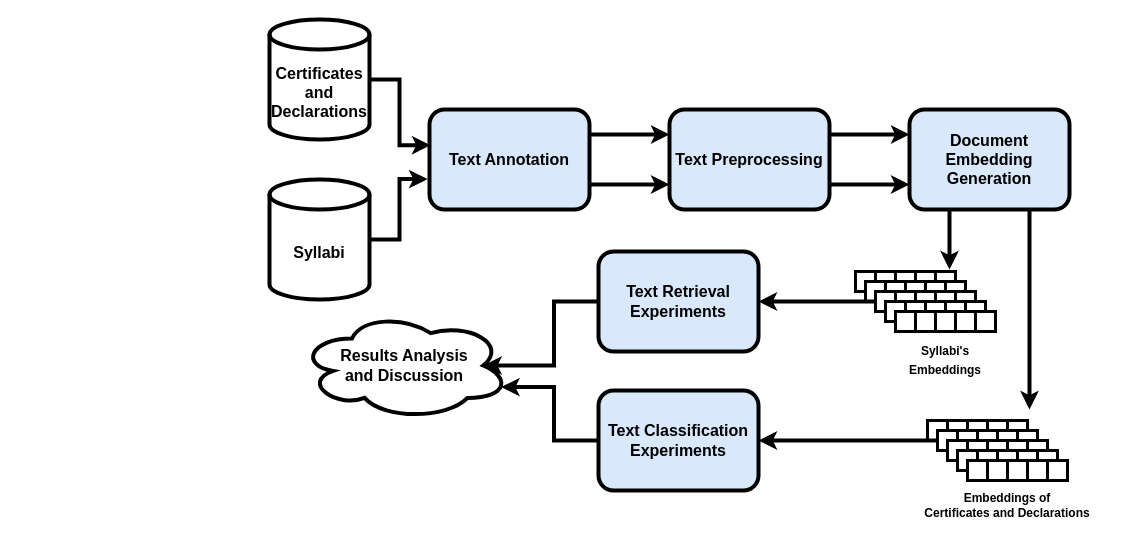
Before: sbsi2024.drawio in viniciusrpb/drawio_flowcharts, a draw.io diagram. Source tidied: cells renumbered, new cells numbered last; positions are measured from the earlier drawing's top-left corner, leaving out a move shared by most shapes. Both pictures are drawn from the tidied source at 100%, with x=0, y=0 at pixel (269, 19).
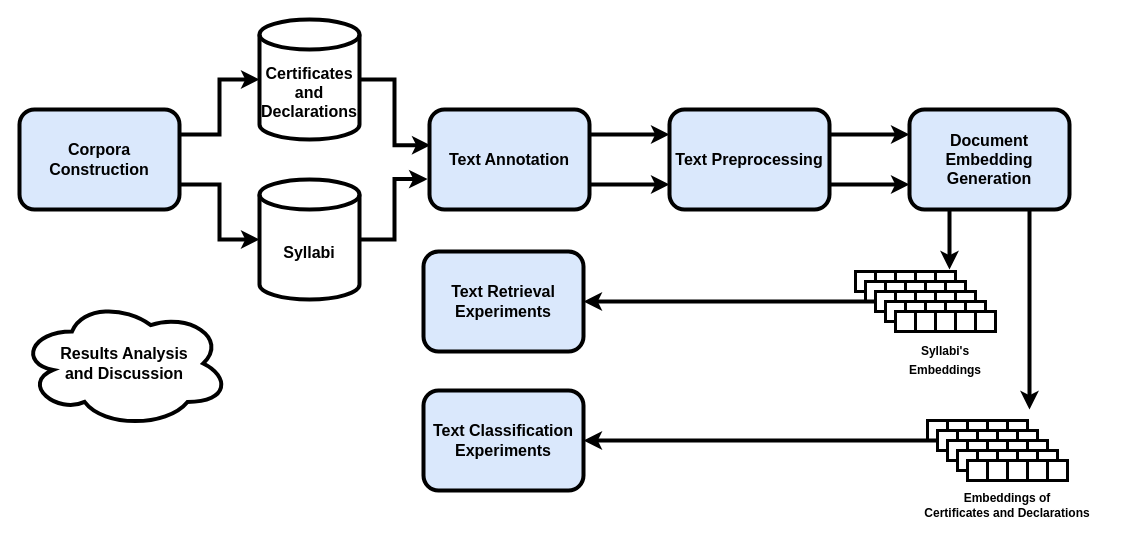
The same diagram, later.

The edit, as a diff of the source:
```diff
@@
     <mxCell id="6" value="&lt;div style=&quot;font-size: 16px;&quot;&gt;Certificates&lt;/div&gt;&lt;div style=&quot;font-size: 16px;&quot;&gt;and Declarations&lt;br style=&quot;font-size: 16px;&quot;&gt;&lt;/div&gt;" style="shape=cylinder3;whiteSpace=wrap;html=1;boundedLbl=1;backgroundOutline=1;size=15;fontSize=16;fontStyle=1;strokeWidth=4;" parent="1" vertex="1">
-      <mxGeometry width="100" height="120" as="geometry" />
+      <mxGeometry x="-10" width="100" height="120" as="geometry" />
     </mxCell>
     <mxCell id="7" value="Syllabi" style="shape=cylinder3;whiteSpace=wrap;html=1;boundedLbl=1;backgroundOutline=1;size=15;fontSize=16;fontStyle=1;strokeWidth=4;" parent="1" vertex="1">
-      <mxGeometry y="160" width="100" height="120" as="geometry" />
+      <mxGeometry x="-10" y="160" width="100" height="120" as="geometry" />
     </mxCell>
@@
     <mxCell id="67" value="&lt;div&gt;Text Retrieval&lt;/div&gt;&lt;div&gt;Experiments&lt;br&gt;&lt;/div&gt;" style="rounded=1;whiteSpace=wrap;html=1;fontSize=16;glass=0;strokeWidth=4;shadow=0;fillColor=#dae8fc;strokeColor=#000000;fontStyle=1;" parent="1" vertex="1">
-      <mxGeometry x="329" y="232" width="160" height="100" as="geometry" />
+      <mxGeometry x="154" y="232" width="160" height="100" as="geometry" />
     </mxCell>
     <mxCell id="68" value="&lt;div&gt;Text Classification&lt;/div&gt;&lt;div&gt;Experiments&lt;br&gt;&lt;/div&gt;" style="rounded=1;whiteSpace=wrap;html=1;fontSize=16;glass=0;strokeWidth=4;shadow=0;fillColor=#dae8fc;strokeColor=#000000;fontStyle=1;" parent="1" vertex="1">
-      <mxGeometry x="329" y="371" width="160" height="100" as="geometry" />
+      <mxGeometry x="154" y="371" width="160" height="100" as="geometry" />
     </mxCell>
@@
     <mxCell id="71" value="&lt;div style=&quot;font-size: 16px;&quot;&gt;Results Analysis&lt;/div&gt;&lt;div style=&quot;font-size: 16px;&quot;&gt;and Discussion&lt;br style=&quot;font-size: 16px;&quot;&gt;&lt;/div&gt;" style="ellipse;shape=cloud;whiteSpace=wrap;html=1;strokeWidth=4;fontSize=16;fontStyle=1;" parent="1" vertex="1">
-      <mxGeometry x="30" y="292" width="210" height="108" as="geometry" />
+      <mxGeometry x="-250" y="280" width="210" height="128" as="geometry" />
     </mxCell>
-    <mxCell id="72" style="edgeStyle=orthogonalEdgeStyle;rounded=0;jettySize=auto;html=1;entryX=0.875;entryY=0.5;entryDx=0;entryDy=0;entryPerimeter=0;strokeWidth=4;" parent="1" edge="1" source="67" target="71">
-      <mxGeometry relative="1" as="geometry" />
-    </mxCell>
-    <mxCell id="73" style="edgeStyle=orthogonalEdgeStyle;rounded=0;jettySize=auto;html=1;entryX=0.96;entryY=0.7;entryDx=0;entryDy=0;entryPerimeter=0;strokeWidth=4;" parent="1" edge="1" source="68" target="71">
-      <mxGeometry relative="1" as="geometry" />
-    </mxCell>
+    <mxCell id="74" value="&lt;div&gt;Corpora&lt;/div&gt;&lt;div&gt;Construction&lt;br&gt;&lt;/div&gt;" style="rounded=1;whiteSpace=wrap;html=1;fontSize=16;glass=0;strokeWidth=4;shadow=0;fillColor=#dae8fc;strokeColor=#000000;fontStyle=1;" parent="1" vertex="1">
+      <mxGeometry x="-250" y="90" width="160" height="100" as="geometry" />
+    </mxCell>
+    <mxCell id="75" style="edgeStyle=orthogonalEdgeStyle;rounded=0;jettySize=auto;html=1;exitX=1;exitY=0.25;exitDx=0;exitDy=0;entryX=0;entryY=0.5;entryDx=0;entryDy=0;entryPerimeter=0;strokeWidth=4;" parent="1" edge="1" source="74" target="6">
+      <mxGeometry relative="1" as="geometry" />
+    </mxCell>
+    <mxCell id="76" style="edgeStyle=orthogonalEdgeStyle;rounded=0;jettySize=auto;html=1;exitX=1;exitY=0.75;exitDx=0;exitDy=0;entryX=0;entryY=0.5;entryDx=0;entryDy=0;entryPerimeter=0;strokeWidth=4;" parent="1" edge="1" source="74" target="7">
+      <mxGeometry relative="1" as="geometry" />
+    </mxCell>
```
